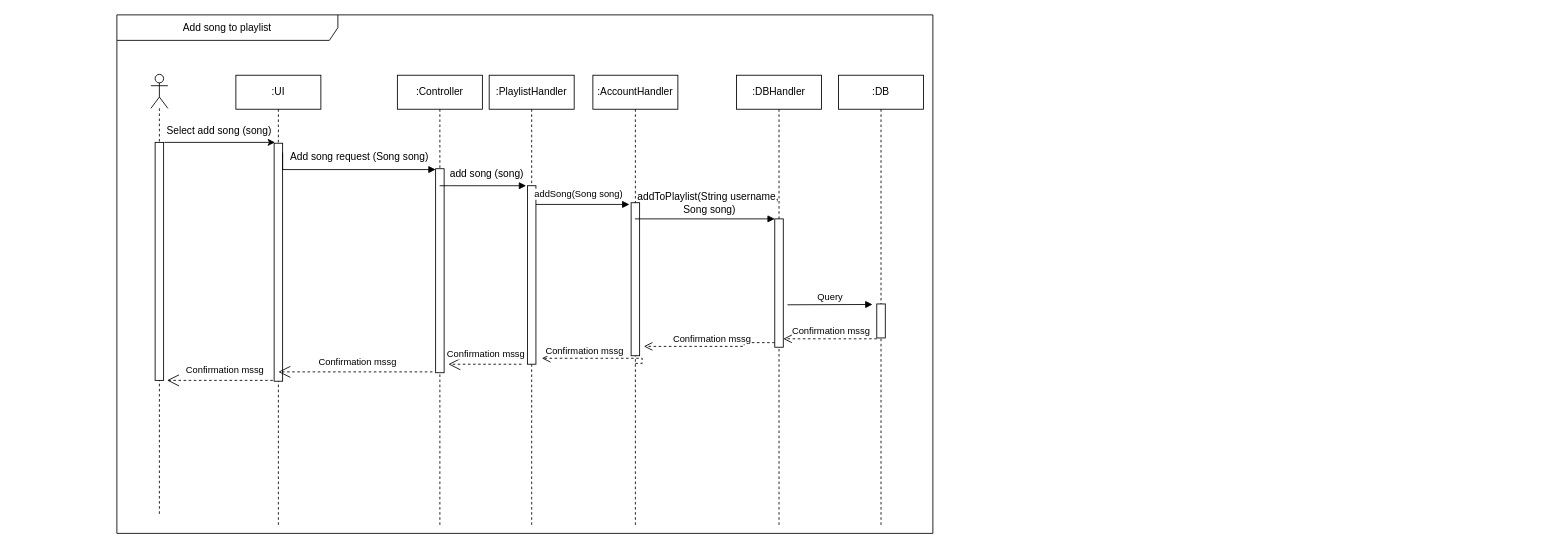
The draw.io diagram Other resources/SequennceDiagram1.drawio in chewmonguy225/MMAD-Music, before the edit. Source tidied: cells renumbered, new cells numbered last; positions are measured from the earlier drawing's top-left corner, leaving out a move shared by most shapes. Both pictures are drawn from the tidied source at 85%, with x=0, y=0 at pixel (116, 14).
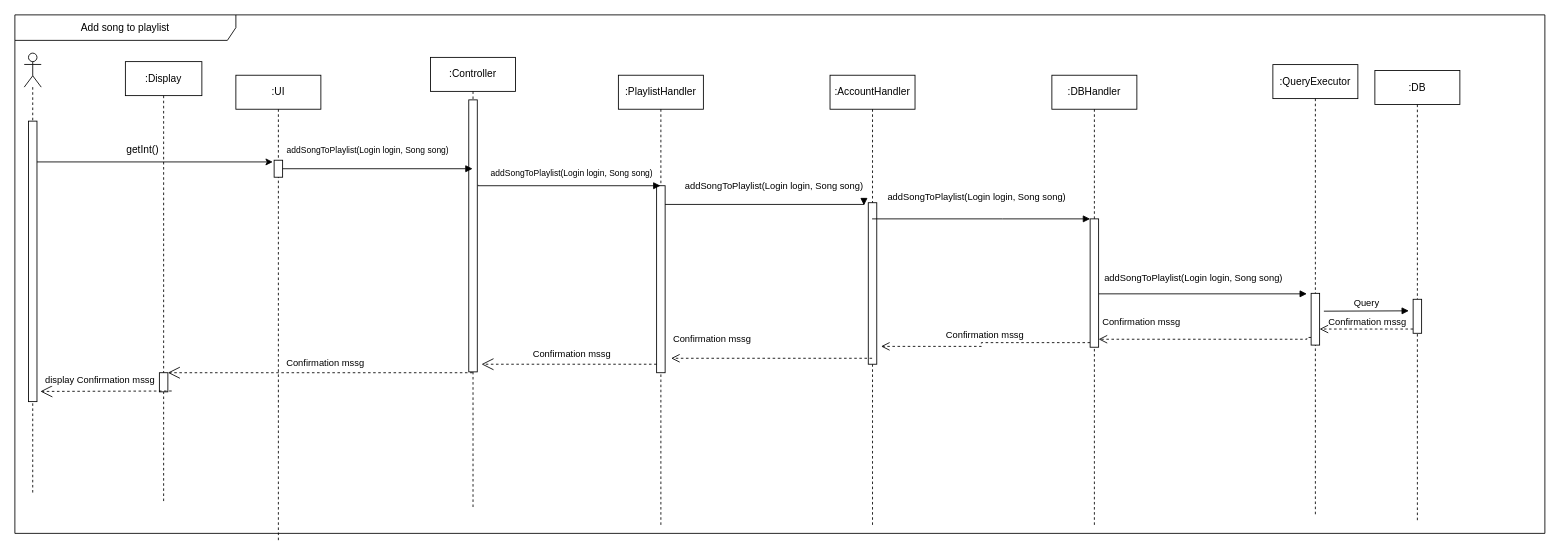
The same page after the edit.

The edit, as a diff of the source:
```diff
@@
     <mxCell id="2" value=":DBHandler" style="shape=umlLifeline;perimeter=lifelinePerimeter;whiteSpace=wrap;html=1;outlineConnect=0;portConstraint=eastwest;newEdgeStyle={&quot;edgeStyle&quot;:&quot;elbowEdgeStyle&quot;,&quot;elbow&quot;:&quot;vertical&quot;,&quot;curved&quot;:0,&quot;rounded&quot;:0};" parent="1" vertex="1">
-      <mxGeometry x="729" y="71" width="100" height="529" as="geometry" />
+      <mxGeometry x="1100" y="71" width="100" height="529" as="geometry" />
     </mxCell>
     <mxCell id="3" value="Add song to playlist" style="shape=umlFrame;whiteSpace=wrap;html=1;width=260;height=30;" parent="1" vertex="1">
-      <mxGeometry width="960" height="610" as="geometry" />
+      <mxGeometry x="-120" width="1800" height="610" as="geometry" />
     </mxCell>
     <mxCell id="4" value=":PlaylistHandler" style="shape=umlLifeline;perimeter=lifelinePerimeter;whiteSpace=wrap;html=1;outlineConnect=0;portConstraint=eastwest;newEdgeStyle={&quot;edgeStyle&quot;:&quot;elbowEdgeStyle&quot;,&quot;elbow&quot;:&quot;vertical&quot;,&quot;curved&quot;:0,&quot;rounded&quot;:0};" parent="1" vertex="1">
-      <mxGeometry x="438" y="71" width="100" height="529" as="geometry" />
+      <mxGeometry x="590" y="71" width="100" height="529" as="geometry" />
     </mxCell>
     <mxCell id="5" style="html=1;points=[];perimeter=orthogonalPerimeter;outlineConnect=0;targetShapes=umlLifeline;portConstraint=eastwest;newEdgeStyle={&quot;edgeStyle&quot;:&quot;elbowEdgeStyle&quot;,&quot;elbow&quot;:&quot;vertical&quot;,&quot;curved&quot;:0,&quot;rounded&quot;:0};" parent="4" vertex="1">
-      <mxGeometry x="45" y="130" width="10" height="210" as="geometry" />
+      <mxGeometry x="45" y="130" width="10" height="220" as="geometry" />
     </mxCell>
     <mxCell id="6" value=":AccountHandler" style="shape=umlLifeline;perimeter=lifelinePerimeter;whiteSpace=wrap;html=1;outlineConnect=0;portConstraint=eastwest;newEdgeStyle={&quot;edgeStyle&quot;:&quot;elbowEdgeStyle&quot;,&quot;elbow&quot;:&quot;vertical&quot;,&quot;curved&quot;:0,&quot;rounded&quot;:0};" parent="1" vertex="1">
-      <mxGeometry x="560" y="71" width="100" height="529" as="geometry" />
+      <mxGeometry x="839" y="71" width="100" height="529" as="geometry" />
     </mxCell>
     <mxCell id="7" style="html=1;perimeter=orthogonalPerimeter;targetShapes=umlLifeline;newEdgeStyle={&quot;edgeStyle&quot;:&quot;elbowEdgeStyle&quot;,&quot;elbow&quot;:&quot;vertical&quot;,&quot;curved&quot;:0,&quot;rounded&quot;:0};" parent="6" vertex="1">
-      <mxGeometry x="45" y="150" width="10" height="180" as="geometry" />
+      <mxGeometry x="45" y="150" width="10" height="190" as="geometry" />
     </mxCell>
-    <mxCell id="8" value="addSong(Song song)" style="html=1;verticalAlign=bottom;endArrow=block;edgeStyle=elbowEdgeStyle;elbow=vertical;curved=0;rounded=0;" parent="1" edge="1">
-      <mxGeometry x="-0.09" y="3" relative="1" as="geometry">
-        <mxPoint x="493" y="223" as="sourcePoint" />
-        <mxPoint x="603" y="223" as="targetPoint" />
+    <mxCell id="8" value="addSongToPlaylist(Login login, Song song)" style="html=1;verticalAlign=bottom;endArrow=block;edgeStyle=elbowEdgeStyle;elbow=vertical;curved=0;rounded=0;entryX=-0.011;entryY=0.575;entryDx=0;entryDy=0;entryPerimeter=0;" parent="1" edge="1">
+      <mxGeometry x="0.09" y="13" relative="1" as="geometry">
+        <mxPoint x="645" y="223" as="sourcePoint" />
+        <mxPoint x="878.9" y="224" as="targetPoint" />
         <Array as="points">
-          <mxPoint x="592" y="223" />
-          <mxPoint x="552" y="213" />
+          <mxPoint x="744" y="223" />
+          <mxPoint x="704" y="213" />
         </Array>
       </mxGeometry>
     </mxCell>
     <mxCell id="9" style="shape=umlLifeline;perimeter=lifelinePerimeter;whiteSpace=wrap;html=1;newEdgeStyle={&quot;curved&quot;:0,&quot;rounded&quot;:0};participant=umlActor;" parent="1" vertex="1">
-      <mxGeometry x="40" y="70" width="20" height="520" as="geometry" />
+      <mxGeometry x="-109" y="45" width="20" height="520" as="geometry" />
     </mxCell>
     <mxCell id="10" style="html=1;points=[[0,0,0,0,5],[0,1,0,0,-5],[1,0,0,0,5],[1,1,0,0,-5]];perimeter=orthogonalPerimeter;outlineConnect=0;targetShapes=umlLifeline;portConstraint=eastwest;newEdgeStyle={&quot;curved&quot;:0,&quot;rounded&quot;:0};" parent="9" vertex="1">
-      <mxGeometry x="5" y="80" width="10" height="280" as="geometry" />
+      <mxGeometry x="5" y="80" width="10" height="330" as="geometry" />
     </mxCell>
     <mxCell id="11" value=":Controller" style="shape=umlLifeline;perimeter=lifelinePerimeter;whiteSpace=wrap;html=1;outlineConnect=0;portConstraint=eastwest;newEdgeStyle={&quot;edgeStyle&quot;:&quot;elbowEdgeStyle&quot;,&quot;elbow&quot;:&quot;vertical&quot;,&quot;curved&quot;:0,&quot;rounded&quot;:0};" parent="1" vertex="1">
-      <mxGeometry x="330" y="71" width="100" height="529" as="geometry" />
+      <mxGeometry x="369" y="50" width="100" height="529" as="geometry" />
     </mxCell>
     <mxCell id="12" style="html=1;perimeter=orthogonalPerimeter;targetShapes=umlLifeline;newEdgeStyle={&quot;edgeStyle&quot;:&quot;elbowEdgeStyle&quot;,&quot;elbow&quot;:&quot;vertical&quot;,&quot;curved&quot;:0,&quot;rounded&quot;:0};" parent="11" vertex="1">
-      <mxGeometry x="45" y="110" width="10" height="240" as="geometry" />
+      <mxGeometry x="45" y="50" width="10" height="320" as="geometry" />
     </mxCell>
-    <mxCell id="13" style="html=1;verticalAlign=bottom;endArrow=block;edgeStyle=elbowEdgeStyle;elbow=vertical;curved=0;rounded=0;" parent="1" edge="1">
+    <mxCell id="13" style="html=1;verticalAlign=bottom;endArrow=block;edgeStyle=elbowEdgeStyle;elbow=vertical;curved=0;rounded=0;" parent="1" edge="1" target="4">
       <mxGeometry relative="1" as="geometry">
-        <mxPoint x="379.7" y="201" as="sourcePoint" />
-        <mxPoint x="481.5" y="201" as="targetPoint" />
+        <mxPoint x="425" y="200" as="sourcePoint" />
         <Array as="points">
-          <mxPoint x="391.5" y="201" />
-          <mxPoint x="591.5" y="191" />
+          <mxPoint x="425.5" y="201" />
+          <mxPoint x="625.5" y="191" />
         </Array>
       </mxGeometry>
     </mxCell>
-    <mxCell id="14" style="endArrow=classic;html=1;rounded=0;" parent="1" edge="1">
+    <mxCell id="14" style="endArrow=classic;html=1;rounded=0;" parent="1" edge="1" source="10">
       <mxGeometry relative="1" as="geometry">
-        <mxPoint x="56" y="150" as="sourcePoint" />
-        <mxPoint x="186" y="150" as="targetPoint" />
+        <mxPoint x="183.4" y="173" as="targetPoint" />
       </mxGeometry>
     </mxCell>
-    <mxCell id="15" value="Select add song (song)" style="text;html=1;align=center;verticalAlign=middle;strokeColor=none;fillColor=none;" parent="1" vertex="1">
-      <mxGeometry x="45" y="122" width="150" height="30" as="geometry" />
-    </mxCell>
@@
-    <mxCell id="17" value=":DB" style="shape=umlLifeline;perimeter=lifelinePerimeter;whiteSpace=wrap;html=1;newEdgeStyle={&quot;edgeStyle&quot;:&quot;elbowEdgeStyle&quot;,&quot;elbow&quot;:&quot;vertical&quot;,&quot;curved&quot;:0,&quot;rounded&quot;:0};" parent="1" vertex="1">
-      <mxGeometry x="849" y="71" width="100" height="529" as="geometry" />
+    <mxCell id="17" value=":QueryExecutor" style="shape=umlLifeline;perimeter=lifelinePerimeter;whiteSpace=wrap;html=1;newEdgeStyle={&quot;edgeStyle&quot;:&quot;elbowEdgeStyle&quot;,&quot;elbow&quot;:&quot;vertical&quot;,&quot;curved&quot;:0,&quot;rounded&quot;:0};" parent="1" vertex="1">
+      <mxGeometry x="1360" y="58.5" width="100" height="529" as="geometry" />
     </mxCell>
-    <mxCell id="18" value="Confirmation mssg" style="html=1;verticalAlign=bottom;endArrow=open;dashed=1;endSize=8;edgeStyle=elbowEdgeStyle;elbow=horizontal;curved=0;rounded=0;" parent="17" edge="1">
-      <mxGeometry x="-0.01" relative="1" as="geometry">
-        <mxPoint x="45" y="310.1" as="sourcePoint" />
-        <mxPoint x="-65" y="310.1" as="targetPoint" />
+    <mxCell id="18" value="Confirmation mssg" style="html=1;verticalAlign=bottom;endArrow=open;dashed=1;endSize=8;edgeStyle=elbowEdgeStyle;elbow=horizontal;curved=0;rounded=0;" parent="17" edge="1" source="19">
+      <mxGeometry x="0.6" y="-12" relative="1" as="geometry">
+        <mxPoint x="-205" y="323.1" as="targetPoint" />
+        <Array as="points">
+          <mxPoint x="40" y="321" />
+        </Array>
       </mxGeometry>
     </mxCell>
     <mxCell id="19" style="html=1;points=[];perimeter=orthogonalPerimeter;outlineConnect=0;targetShapes=umlLifeline;portConstraint=eastwest;newEdgeStyle={&quot;edgeStyle&quot;:&quot;elbowEdgeStyle&quot;,&quot;elbow&quot;:&quot;vertical&quot;,&quot;curved&quot;:0,&quot;rounded&quot;:0};" parent="17" vertex="1">
-      <mxGeometry x="45" y="269.1" width="10" height="40" as="geometry" />
+      <mxGeometry x="45" y="269.1" width="10" height="60.9" as="geometry" />
     </mxCell>
-    <mxCell id="20" value="Query" style="html=1;verticalAlign=bottom;endArrow=block;edgeStyle=elbowEdgeStyle;elbow=vertical;curved=0;rounded=0;" parent="17" edge="1">
+    <mxCell id="20" style="html=1;verticalAlign=bottom;endArrow=block;edgeStyle=elbowEdgeStyle;elbow=vertical;curved=0;rounded=0;" parent="17" edge="1" source="24">
       <mxGeometry relative="1" as="geometry">
-        <mxPoint x="-60" y="270.1" as="sourcePoint" />
         <mxPoint x="40" y="270.1" as="targetPoint" />
         <Array as="points">
           <mxPoint x="5" y="269.7" />
           <mxPoint x="-35" y="259.7" />
         </Array>
       </mxGeometry>
     </mxCell>
     <mxCell id="21" value="Confirmation mssg" style="html=1;verticalAlign=bottom;endArrow=open;dashed=1;endSize=8;edgeStyle=elbowEdgeStyle;elbow=horizontal;curved=0;rounded=0;" parent="1" edge="1" source="24">
       <mxGeometry x="-0.01" relative="1" as="geometry">
-        <mxPoint x="620" y="390" as="targetPoint" />
+        <mxPoint x="899" y="390" as="targetPoint" />
         <Array as="points">
-          <mxPoint x="738" y="385.6" />
+          <mxPoint x="1017" y="385.6" />
         </Array>
       </mxGeometry>
     </mxCell>
-    <mxCell id="22" value="Confirmation mssg" style="endArrow=open;endSize=12;dashed=1;html=1;rounded=0;" parent="1" edge="1">
+    <mxCell id="22" value="Confirmation mssg" style="endArrow=open;endSize=12;dashed=1;html=1;rounded=0;" parent="1" edge="1" source="5">
       <mxGeometry x="-0.03" y="-12" relative="1" as="geometry">
-        <mxPoint x="476" y="411" as="sourcePoint" />
-        <mxPoint x="390" y="411" as="targetPoint" />
+        <mxPoint x="429" y="411" as="targetPoint" />
       </mxGeometry>
     </mxCell>
-    <mxCell id="23" value="Confirmation mssg" style="endArrow=open;endSize=12;dashed=1;html=1;rounded=0;" parent="1" edge="1" source="25">
-      <mxGeometry x="-0.03" y="-12" relative="1" as="geometry">
-        <mxPoint x="59" y="430" as="targetPoint" />
-      </mxGeometry>
-    </mxCell>
     <mxCell id="24" style="html=1;points=[];perimeter=orthogonalPerimeter;outlineConnect=0;targetShapes=umlLifeline;portConstraint=eastwest;newEdgeStyle={&quot;edgeStyle&quot;:&quot;elbowEdgeStyle&quot;,&quot;elbow&quot;:&quot;vertical&quot;,&quot;curved&quot;:0,&quot;rounded&quot;:0};" parent="1" vertex="1">
-      <mxGeometry x="774" y="240" width="10" height="151" as="geometry" />
+      <mxGeometry x="1145" y="240" width="10" height="151" as="geometry" />
     </mxCell>
     <mxCell id="25" value=":UI" style="shape=umlLifeline;perimeter=lifelinePerimeter;whiteSpace=wrap;html=1;outlineConnect=0;portConstraint=eastwest;newEdgeStyle={&quot;edgeStyle&quot;:&quot;elbowEdgeStyle&quot;,&quot;elbow&quot;:&quot;vertical&quot;,&quot;curved&quot;:0,&quot;rounded&quot;:0};" parent="1" vertex="1">
-      <mxGeometry x="140" y="71" width="100" height="529" as="geometry" />
+      <mxGeometry x="140" y="71" width="100" height="549" as="geometry" />
     </mxCell>
     <mxCell id="26" style="html=1;points=[];perimeter=orthogonalPerimeter;outlineConnect=0;targetShapes=umlLifeline;portConstraint=eastwest;newEdgeStyle={&quot;edgeStyle&quot;:&quot;elbowEdgeStyle&quot;,&quot;elbow&quot;:&quot;vertical&quot;,&quot;curved&quot;:0,&quot;rounded&quot;:0};" parent="25" vertex="1">
-      <mxGeometry x="45" y="80" width="10" height="280" as="geometry" />
+      <mxGeometry x="45" y="100" width="10" height="20" as="geometry" />
     </mxCell>
-    <mxCell id="27" value="add song (song)" style="text;html=1;align=center;verticalAlign=middle;strokeColor=none;fillColor=none;" parent="1" vertex="1">
-      <mxGeometry x="380" y="172" width="110" height="30" as="geometry" />
-    </mxCell>
-    <mxCell id="28" style="html=1;verticalAlign=bottom;endArrow=block;edgeStyle=elbowEdgeStyle;elbow=vertical;curved=0;rounded=0;" parent="1" edge="1">
+    <mxCell id="28" style="html=1;verticalAlign=bottom;endArrow=block;edgeStyle=elbowEdgeStyle;elbow=vertical;curved=0;rounded=0;" parent="1" edge="1" source="26" target="11">
       <mxGeometry relative="1" as="geometry">
-        <mxPoint x="195" y="162" as="sourcePoint" />
-        <mxPoint x="375" y="182" as="targetPoint" />
         <Array as="points">
           <mxPoint x="370" y="182" />
           <mxPoint x="470" y="152" />
         </Array>
       </mxGeometry>
     </mxCell>
-    <mxCell id="29" value="Add song request (Song song)" style="text;html=1;align=center;verticalAlign=middle;strokeColor=none;fillColor=none;" parent="1" vertex="1">
-      <mxGeometry x="190" y="152" width="190" height="30" as="geometry" />
+    <mxCell id="29" value="&lt;font style=&quot;font-size: 10px;&quot;&gt;addSongToPlaylist(Login login, Song song)&lt;/font&gt;" style="text;html=1;align=center;verticalAlign=middle;strokeColor=none;fillColor=none;" parent="1" vertex="1">
+      <mxGeometry x="190" y="144" width="210" height="30" as="geometry" />
     </mxCell>
-    <mxCell id="30" value="Confirmation mssg" style="endArrow=open;endSize=12;dashed=1;html=1;rounded=0;" parent="1" edge="1">
-      <mxGeometry x="-0.03" y="-12" relative="1" as="geometry">
-        <mxPoint x="371.3" y="420" as="sourcePoint" />
-        <mxPoint x="190" y="420" as="targetPoint" />
-      </mxGeometry>
+    <mxCell id="30" value="Confirmation mssg" style="endArrow=open;endSize=12;dashed=1;html=1;rounded=0;" parent="1" edge="1" source="11" target="42">
+      <mxGeometry x="-0.03" y="-12" relative="1" as="geometry" />
     </mxCell>
-    <mxCell id="31" style="html=1;verticalAlign=bottom;endArrow=block;edgeStyle=elbowEdgeStyle;elbow=vertical;curved=0;rounded=0;" parent="1" edge="1" source="6">
+    <mxCell id="31" style="html=1;verticalAlign=bottom;endArrow=block;edgeStyle=elbowEdgeStyle;elbow=vertical;curved=0;rounded=0;" parent="1" edge="1" source="6" target="24">
       <mxGeometry x="0.11" y="5" relative="1" as="geometry">
-        <mxPoint x="774" y="240" as="targetPoint" />
         <Array as="points">
-          <mxPoint x="763" y="240" />
-          <mxPoint x="723" y="230" />
+          <mxPoint x="1042" y="240" />
+          <mxPoint x="1002" y="230" />
         </Array>
       </mxGeometry>
     </mxCell>
-    <mxCell id="32" value="addToPlaylist(String username,&amp;nbsp;&lt;div&gt;Song song)&lt;/div&gt;" style="text;html=1;align=center;verticalAlign=middle;strokeColor=none;fillColor=none;" parent="1" vertex="1">
-      <mxGeometry x="602" y="201" width="190" height="40" as="geometry" />
-    </mxCell>
-    <mxCell id="33" value="Confirmation mssg" style="html=1;verticalAlign=bottom;endArrow=open;dashed=1;endSize=8;edgeStyle=elbowEdgeStyle;elbow=horizontal;curved=0;rounded=0;" parent="1" edge="1">
-      <mxGeometry x="0.24" relative="1" as="geometry">
-        <mxPoint x="610" y="410" as="sourcePoint" />
-        <mxPoint x="500" y="404" as="targetPoint" />
+    <mxCell id="33" value="Confirmation mssg" style="html=1;verticalAlign=bottom;endArrow=open;dashed=1;endSize=8;edgeStyle=elbowEdgeStyle;elbow=horizontal;curved=0;rounded=0;" parent="1" edge="1" source="6">
+      <mxGeometry x="0.6" y="-14" relative="1" as="geometry">
+        <mxPoint x="652" y="404" as="targetPoint" />
         <Array as="points">
-          <mxPoint x="618" y="399.6" />
+          <mxPoint x="880" y="400" />
         </Array>
       </mxGeometry>
     </mxCell>
+    <mxCell id="34" value="getInt()" style="text;html=1;align=center;verticalAlign=middle;strokeColor=none;fillColor=none;" parent="1" vertex="1">
+      <mxGeometry y="144" width="60" height="30" as="geometry" />
+    </mxCell>
+    <mxCell id="35" value="&lt;font style=&quot;font-size: 10px;&quot;&gt;addSongToPlaylist(Login login, Song song)&lt;/font&gt;" style="text;html=1;align=center;verticalAlign=middle;strokeColor=none;fillColor=none;" parent="1" vertex="1">
+      <mxGeometry x="430" y="171" width="210" height="30" as="geometry" />
+    </mxCell>
+    <mxCell id="36" value="&lt;span style=&quot;color: rgb(0, 0, 0); font-family: Helvetica; font-size: 11px; font-style: normal; font-variant-ligatures: normal; font-variant-caps: normal; font-weight: 400; letter-spacing: normal; orphans: 2; text-align: center; text-indent: 0px; text-transform: none; widows: 2; word-spacing: 0px; -webkit-text-stroke-width: 0px; white-space: nowrap; background-color: rgb(255, 255, 255); text-decoration-thickness: initial; text-decoration-style: initial; text-decoration-color: initial; display: inline !important; float: none;&quot;&gt;addSongToPlaylist(Login login, Song song)&lt;/span&gt;" style="text;whiteSpace=wrap;html=1;" parent="1" vertex="1">
+      <mxGeometry x="905" y="200" width="240" height="40" as="geometry" />
+    </mxCell>
+    <mxCell id="37" value=":DB" style="shape=umlLifeline;perimeter=lifelinePerimeter;whiteSpace=wrap;html=1;newEdgeStyle={&quot;edgeStyle&quot;:&quot;elbowEdgeStyle&quot;,&quot;elbow&quot;:&quot;vertical&quot;,&quot;curved&quot;:0,&quot;rounded&quot;:0};" parent="1" vertex="1">
+      <mxGeometry x="1480" y="65.5" width="100" height="529" as="geometry" />
+    </mxCell>
+    <mxCell id="23" value="Confirmation mssg" style="html=1;verticalAlign=bottom;endArrow=open;dashed=1;endSize=8;edgeStyle=elbowEdgeStyle;elbow=horizontal;curved=0;rounded=0;" parent="37" edge="1">
+      <mxGeometry x="-0.01" relative="1" as="geometry">
+        <mxPoint x="45" y="304.1" as="sourcePoint" />
+        <mxPoint x="-65" y="304.1" as="targetPoint" />
+      </mxGeometry>
+    </mxCell>
+    <mxCell id="38" style="html=1;perimeter=orthogonalPerimeter;targetShapes=umlLifeline;newEdgeStyle={&quot;edgeStyle&quot;:&quot;elbowEdgeStyle&quot;,&quot;elbow&quot;:&quot;vertical&quot;,&quot;curved&quot;:0,&quot;rounded&quot;:0};" parent="37" vertex="1">
+      <mxGeometry x="45" y="269.1" width="10" height="40" as="geometry" />
+    </mxCell>
+    <mxCell id="39" value="Query" style="html=1;verticalAlign=bottom;endArrow=block;edgeStyle=elbowEdgeStyle;elbow=vertical;curved=0;rounded=0;" parent="37" edge="1">
+      <mxGeometry relative="1" as="geometry">
+        <mxPoint x="-60" y="283.1" as="sourcePoint" />
+        <mxPoint x="40" y="283.1" as="targetPoint" />
+        <Array as="points">
+          <mxPoint x="5" y="282.7" />
+          <mxPoint x="-35" y="272.7" />
+        </Array>
+      </mxGeometry>
+    </mxCell>
+    <mxCell id="40" value="&lt;span style=&quot;color: rgb(0, 0, 0); font-family: Helvetica; font-size: 11px; font-style: normal; font-variant-ligatures: normal; font-variant-caps: normal; font-weight: 400; letter-spacing: normal; orphans: 2; text-align: center; text-indent: 0px; text-transform: none; widows: 2; word-spacing: 0px; -webkit-text-stroke-width: 0px; white-space: nowrap; background-color: rgb(255, 255, 255); text-decoration-thickness: initial; text-decoration-style: initial; text-decoration-color: initial; display: inline !important; float: none;&quot;&gt;addSongToPlaylist(Login login, Song song)&lt;/span&gt;" style="text;whiteSpace=wrap;html=1;" parent="1" vertex="1">
+      <mxGeometry x="1160" y="294.5" width="240" height="40" as="geometry" />
+    </mxCell>
+    <mxCell id="41" value=":Display" style="shape=umlLifeline;perimeter=lifelinePerimeter;whiteSpace=wrap;html=1;newEdgeStyle={&quot;edgeStyle&quot;:&quot;elbowEdgeStyle&quot;,&quot;elbow&quot;:&quot;vertical&quot;,&quot;curved&quot;:0,&quot;rounded&quot;:0};" parent="1" vertex="1">
+      <mxGeometry x="10" y="55" width="90" height="519" as="geometry" />
+    </mxCell>
+    <mxCell id="42" style="html=1;points=[];perimeter=orthogonalPerimeter;outlineConnect=0;targetShapes=umlLifeline;portConstraint=eastwest;newEdgeStyle={&quot;edgeStyle&quot;:&quot;elbowEdgeStyle&quot;,&quot;elbow&quot;:&quot;vertical&quot;,&quot;curved&quot;:0,&quot;rounded&quot;:0};" parent="41" vertex="1">
+      <mxGeometry x="40" y="366" width="10" height="22.5" as="geometry" />
+    </mxCell>
+    <mxCell id="43" value="display Confirmation mssg" style="endArrow=open;endSize=12;dashed=1;html=1;rounded=0;" parent="1" edge="1">
+      <mxGeometry x="0.09" y="-13" relative="1" as="geometry">
+        <mxPoint x="64.5" y="442.5" as="sourcePoint" />
+        <mxPoint x="-90" y="443" as="targetPoint" />
+      </mxGeometry>
+    </mxCell>
```
